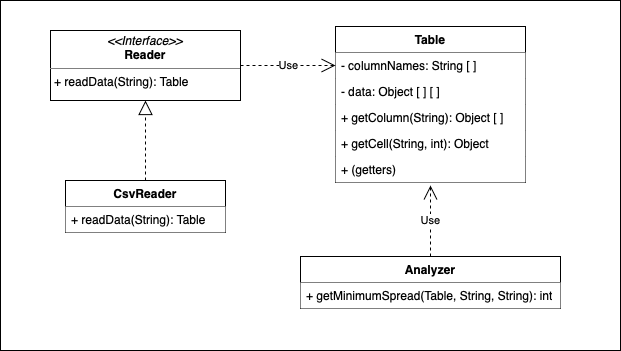
sophiasoares/programming-challenge keeps this draw.io diagram as docs/Challenge Diagram.drawio.png. Above is the earlier version. Source tidied: cells renumbered, new cells last; positions are measured from the earlier drawing's top-left corner, leaving out a move shared by most shapes.
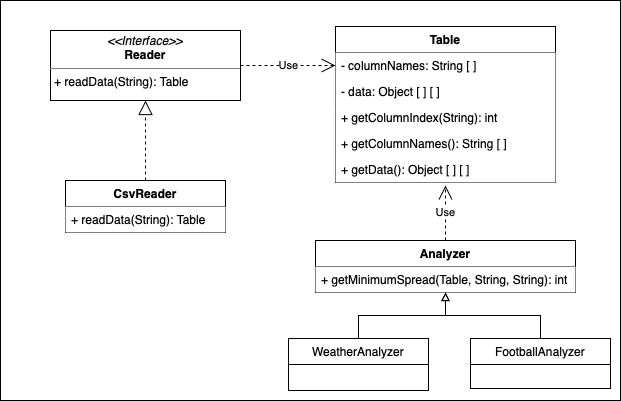
The same file after the commit.

Diff of the diagram source:
```diff
@@ -3,7 +3,7 @@
     <mxCell id="0" />
     <mxCell id="1" parent="0" />
     <mxCell id="2" style="rounded=0;whiteSpace=wrap;html=1;" parent="1" vertex="1">
-      <mxGeometry width="620" height="350" as="geometry" />
+      <mxGeometry width="620" height="400" as="geometry" />
     </mxCell>
     <mxCell id="3" value="&lt;p style=&quot;margin:0px;margin-top:4px;text-align:center;&quot;&gt;&lt;i&gt;&amp;lt;&amp;lt;Interface&amp;gt;&amp;gt;&lt;/i&gt;&lt;br&gt;&lt;b&gt;Reader&lt;/b&gt;&lt;/p&gt;&lt;hr size=&quot;1&quot; style=&quot;border-style:solid;&quot;&gt;&lt;p style=&quot;margin:0px;margin-left:4px;&quot;&gt;+ readData(String): Table&lt;br&gt;&lt;br&gt;&lt;/p&gt;" style="verticalAlign=top;align=left;overflow=fill;html=1;whiteSpace=wrap;fillColor=default;" parent="1" vertex="1">
       <mxGeometry x="50" y="30" width="190" height="70" as="geometry" />
@@ -18,25 +18,25 @@
       <mxGeometry relative="1" as="geometry" />
     </mxCell>
     <mxCell id="7" value="Table" style="swimlane;fontStyle=1;align=center;verticalAlign=top;horizontal=1;startSize=26;whiteSpace=wrap;html=1;fillColor=default;" parent="1" vertex="1">
-      <mxGeometry x="335" y="26" width="190" height="156" as="geometry" />
+      <mxGeometry x="335" y="26" width="220" height="156" as="geometry" />
     </mxCell>
     <mxCell id="8" value="- columnNames: String [ ]" style="text;strokeColor=none;fillColor=default;align=left;verticalAlign=top;spacingLeft=4;spacingRight=4;overflow=hidden;points=[[0,0.5],[1,0.5]];portConstraint=eastwest;whiteSpace=wrap;html=1;" parent="7" vertex="1">
-      <mxGeometry y="26" width="190" height="26" as="geometry" />
+      <mxGeometry y="26" width="220" height="26" as="geometry" />
     </mxCell>
     <mxCell id="9" value="- data: Object [ ] [ ]" style="text;strokeColor=none;fillColor=default;align=left;verticalAlign=top;spacingLeft=4;spacingRight=4;overflow=hidden;whiteSpace=wrap;html=1;" parent="7" vertex="1">
-      <mxGeometry y="52" width="190" height="26" as="geometry" />
+      <mxGeometry y="52" width="220" height="26" as="geometry" />
     </mxCell>
-    <mxCell id="10" value="+ getColumn(String): Object [ ]" style="text;strokeColor=none;fillColor=default;align=left;verticalAlign=top;spacingLeft=4;spacingRight=4;overflow=hidden;whiteSpace=wrap;html=1;" parent="7" vertex="1">
-      <mxGeometry y="78" width="190" height="26" as="geometry" />
+    <mxCell id="10" value="+ getColumnIndex(String): int" style="text;strokeColor=none;fillColor=default;align=left;verticalAlign=top;spacingLeft=4;spacingRight=4;overflow=hidden;whiteSpace=wrap;html=1;" parent="7" vertex="1">
+      <mxGeometry y="78" width="220" height="26" as="geometry" />
     </mxCell>
-    <mxCell id="11" value="+ getCell(String, int): Object" style="text;strokeColor=none;fillColor=default;align=left;verticalAlign=top;spacingLeft=4;spacingRight=4;overflow=hidden;whiteSpace=wrap;html=1;" parent="7" vertex="1">
-      <mxGeometry y="104" width="190" height="26" as="geometry" />
+    <mxCell id="11" value="+ getColumnNames(): String [ ]" style="text;strokeColor=none;fillColor=default;align=left;verticalAlign=top;spacingLeft=4;spacingRight=4;overflow=hidden;whiteSpace=wrap;html=1;" parent="7" vertex="1">
+      <mxGeometry y="104" width="220" height="26" as="geometry" />
     </mxCell>
-    <mxCell id="12" value="+ (getters)" style="text;strokeColor=none;fillColor=default;align=left;verticalAlign=top;spacingLeft=4;spacingRight=4;overflow=hidden;points=[[0,0.5],[1,0.5]];portConstraint=eastwest;whiteSpace=wrap;html=1;" parent="7" vertex="1">
-      <mxGeometry y="130" width="190" height="26" as="geometry" />
+    <mxCell id="12" value="+ getData(): Object [ ] [ ]&amp;nbsp;" style="text;strokeColor=none;fillColor=default;align=left;verticalAlign=top;spacingLeft=4;spacingRight=4;overflow=hidden;points=[[0,0.5],[1,0.5]];portConstraint=eastwest;whiteSpace=wrap;html=1;" parent="7" vertex="1">
+      <mxGeometry y="130" width="220" height="26" as="geometry" />
     </mxCell>
     <mxCell id="13" value="Analyzer" style="swimlane;fontStyle=1;align=center;verticalAlign=top;horizontal=1;startSize=26;whiteSpace=wrap;html=1;" parent="1" vertex="1">
-      <mxGeometry x="300" y="256" width="260" height="52" as="geometry" />
+      <mxGeometry x="315" y="240" width="260" height="52" as="geometry" />
     </mxCell>
     <mxCell id="14" value="+ getMinimumSpread(Table, String, String): int" style="text;strokeColor=none;fillColor=default;align=left;verticalAlign=top;spacingLeft=4;spacingRight=4;overflow=hidden;whiteSpace=wrap;html=1;" parent="13" vertex="1">
       <mxGeometry y="26" width="260" height="26" as="geometry" />
@@ -47,5 +47,17 @@
     <mxCell id="16" value="Use" style="endArrow=open;endSize=12;dashed=1;html=1;rounded=0;entryX=0.5;entryY=1.115;entryDx=0;entryDy=0;entryPerimeter=0;exitX=0.5;exitY=0;exitDx=0;exitDy=0;" parent="1" edge="1" source="13" target="12">
       <mxGeometry relative="1" as="geometry" />
     </mxCell>
+    <mxCell id="17" style="edgeStyle=orthogonalEdgeStyle;rounded=0;jettySize=auto;html=1;exitX=0.5;exitY=0;exitDx=0;exitDy=0;entryX=0.5;entryY=1;entryDx=0;entryDy=0;endArrow=block;endFill=0;" parent="1" edge="1" source="18" target="13">
+      <mxGeometry relative="1" as="geometry" />
+    </mxCell>
+    <mxCell id="18" value="WeatherAnalyzer" style="swimlane;fontStyle=0;horizontal=1;startSize=26;fillColor=none;whiteSpace=wrap;html=1;" parent="1" vertex="1">
+      <mxGeometry x="288" y="338" width="140" height="52" as="geometry" />
+    </mxCell>
+    <mxCell id="19" style="edgeStyle=orthogonalEdgeStyle;rounded=0;jettySize=auto;html=1;exitX=0.5;exitY=0;exitDx=0;exitDy=0;entryX=0.5;entryY=1;entryDx=0;entryDy=0;endArrow=block;endFill=0;" parent="1" edge="1" source="20" target="13">
+      <mxGeometry relative="1" as="geometry" />
+    </mxCell>
+    <mxCell id="20" value="FootballAnalyzer" style="swimlane;fontStyle=0;horizontal=1;startSize=26;fillColor=none;whiteSpace=wrap;html=1;" parent="1" vertex="1">
+      <mxGeometry x="470" y="338" width="140" height="50" as="geometry" />
+    </mxCell>
   </root>
 </mxGraphModel>
```
